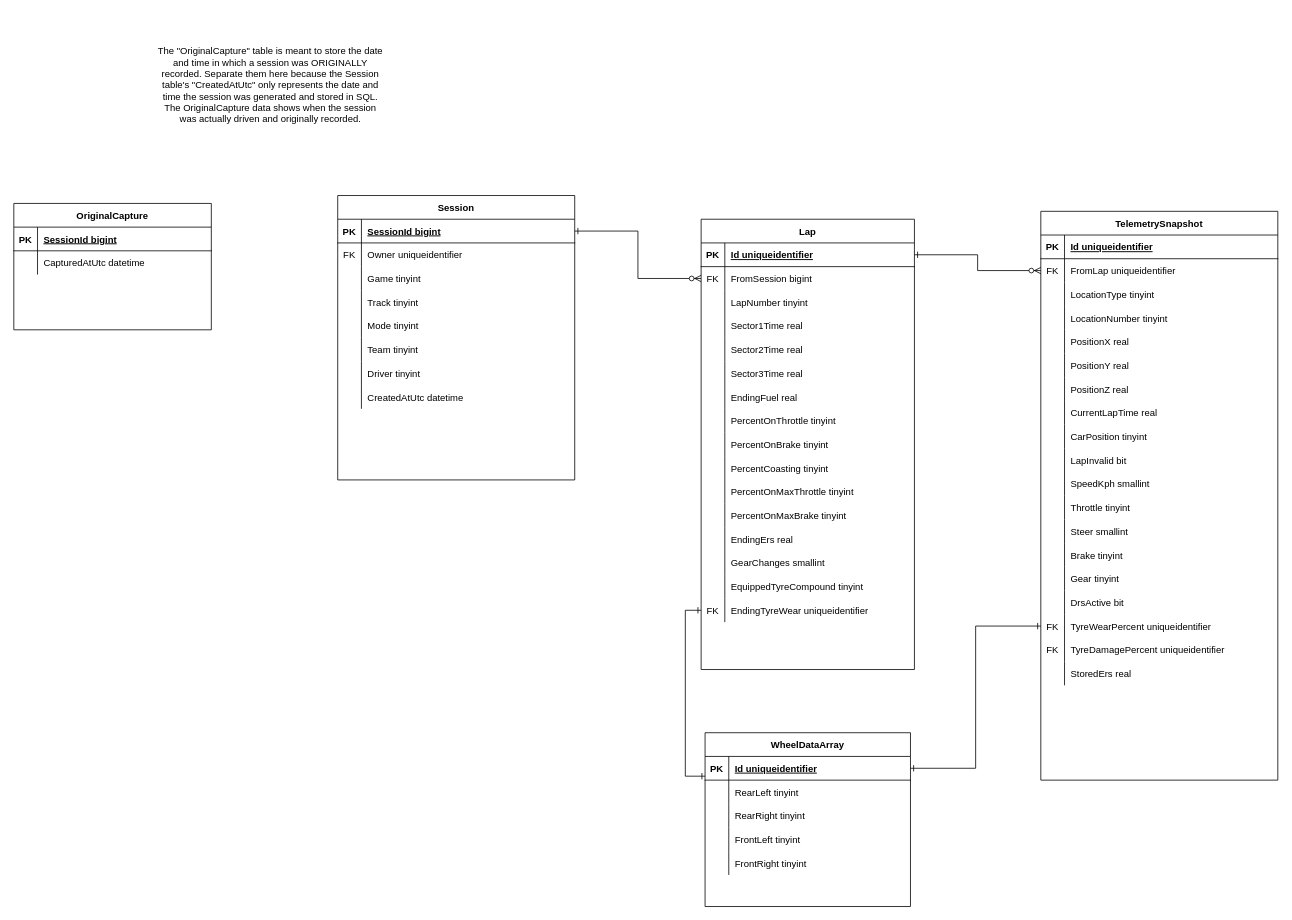
This is page "Sessions v2" (2 of 5) of ApexVisualErd.drawio from TimHanewich/ApexVisualLibrary, a draw.io file, before an edit. Source tidied: cells renumbered, new cells numbered last; positions are measured from the earlier drawing's top-left corner, leaving out a move shared by most shapes. Both pictures are drawn from the tidied source at 79%, with x=0, y=0 at pixel (13, 13).
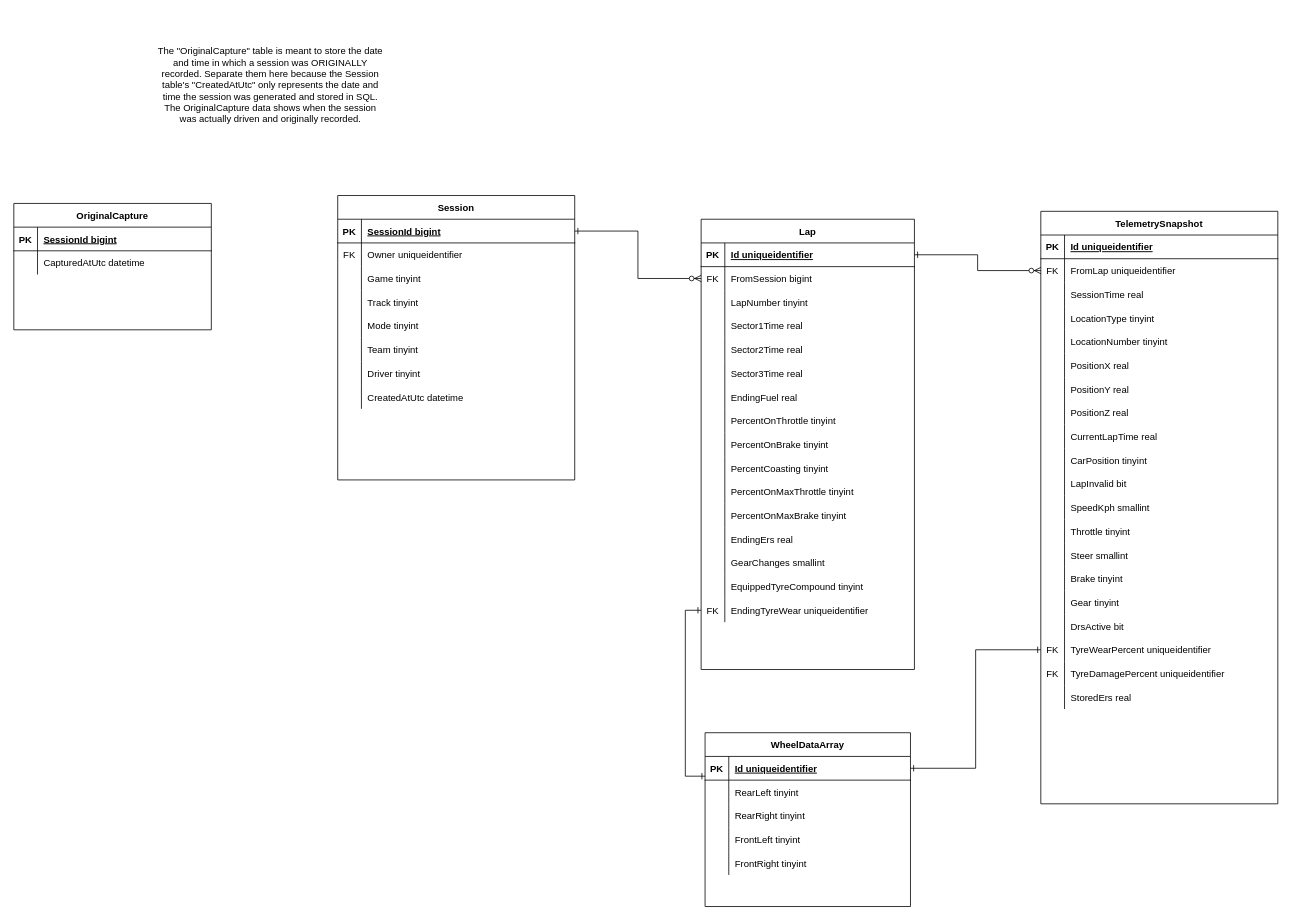
Above is the later version.

Commit message:
Added OriginalCapture to ERD

Diff of the diagram source:
```diff
@@
     <mxCell id="94" value="TelemetrySnapshot" style="shape=table;startSize=30;childLayout=tableLayout;rowLines=0;fontStyle=1;align=center;" parent="1" vertex="1">
-      <mxGeometry x="1300" y="250" width="300" height="720" as="geometry" />
+      <mxGeometry x="1300" y="250" width="300" height="750" as="geometry" />
     </mxCell>
@@
+    <mxCell id="162" style="shape=partialRectangle;fillColor=none;top=0;left=0;bottom=0;right=0;" parent="94" vertex="1">
+      <mxGeometry y="90" width="300" height="30" as="geometry" />
+    </mxCell>
+    <mxCell id="163" style="shape=partialRectangle;fillColor=none;top=0;left=0;bottom=0;right=0;overflow=hidden;" parent="162" vertex="1">
+      <mxGeometry width="30" height="30" as="geometry" />
+    </mxCell>
+    <mxCell id="164" value="SessionTime real" style="shape=partialRectangle;fillColor=none;top=0;left=0;bottom=0;right=0;align=left;spacingLeft=6;overflow=hidden;" parent="162" vertex="1">
+      <mxGeometry x="30" width="270" height="30" as="geometry" />
+    </mxCell>
     <mxCell id="101" style="shape=partialRectangle;fillColor=none;top=0;left=0;bottom=0;right=0;" parent="94" vertex="1">
-      <mxGeometry y="90" width="300" height="30" as="geometry" />
+      <mxGeometry y="120" width="300" height="30" as="geometry" />
     </mxCell>
@@
     <mxCell id="104" style="shape=partialRectangle;fillColor=none;top=0;left=0;bottom=0;right=0;" parent="94" vertex="1">
-      <mxGeometry y="120" width="300" height="30" as="geometry" />
+      <mxGeometry y="150" width="300" height="30" as="geometry" />
     </mxCell>
@@
     <mxCell id="107" style="shape=partialRectangle;fillColor=none;top=0;left=0;bottom=0;right=0;" parent="94" vertex="1">
-      <mxGeometry y="150" width="300" height="30" as="geometry" />
+      <mxGeometry y="180" width="300" height="30" as="geometry" />
     </mxCell>
@@
     <mxCell id="110" style="shape=partialRectangle;fillColor=none;top=0;left=0;bottom=0;right=0;" parent="94" vertex="1">
-      <mxGeometry y="180" width="300" height="30" as="geometry" />
+      <mxGeometry y="210" width="300" height="30" as="geometry" />
     </mxCell>
@@
     <mxCell id="113" style="shape=partialRectangle;fillColor=none;top=0;left=0;bottom=0;right=0;" parent="94" vertex="1">
-      <mxGeometry y="210" width="300" height="30" as="geometry" />
+      <mxGeometry y="240" width="300" height="30" as="geometry" />
     </mxCell>
@@
     <mxCell id="116" style="shape=partialRectangle;fillColor=none;top=0;left=0;bottom=0;right=0;" parent="94" vertex="1">
-      <mxGeometry y="240" width="300" height="30" as="geometry" />
+      <mxGeometry y="270" width="300" height="30" as="geometry" />
     </mxCell>
@@
     <mxCell id="119" style="shape=partialRectangle;fillColor=none;top=0;left=0;bottom=0;right=0;" parent="94" vertex="1">
-      <mxGeometry y="270" width="300" height="30" as="geometry" />
+      <mxGeometry y="300" width="300" height="30" as="geometry" />
     </mxCell>
@@
     <mxCell id="122" style="shape=partialRectangle;fillColor=none;top=0;left=0;bottom=0;right=0;" parent="94" vertex="1">
-      <mxGeometry y="300" width="300" height="30" as="geometry" />
+      <mxGeometry y="330" width="300" height="30" as="geometry" />
     </mxCell>
@@
     <mxCell id="125" style="shape=partialRectangle;fillColor=none;top=0;left=0;bottom=0;right=0;" parent="94" vertex="1">
-      <mxGeometry y="330" width="300" height="30" as="geometry" />
+      <mxGeometry y="360" width="300" height="30" as="geometry" />
     </mxCell>
@@
     <mxCell id="128" style="shape=partialRectangle;fillColor=none;top=0;left=0;bottom=0;right=0;" parent="94" vertex="1">
-      <mxGeometry y="360" width="300" height="30" as="geometry" />
+      <mxGeometry y="390" width="300" height="30" as="geometry" />
     </mxCell>
@@
     <mxCell id="131" style="shape=partialRectangle;fillColor=none;top=0;left=0;bottom=0;right=0;" parent="94" vertex="1">
-      <mxGeometry y="390" width="300" height="30" as="geometry" />
+      <mxGeometry y="420" width="300" height="30" as="geometry" />
     </mxCell>
@@
     <mxCell id="134" style="shape=partialRectangle;fillColor=none;top=0;left=0;bottom=0;right=0;" parent="94" vertex="1">
-      <mxGeometry y="420" width="300" height="30" as="geometry" />
+      <mxGeometry y="450" width="300" height="30" as="geometry" />
     </mxCell>
@@
     <mxCell id="137" style="shape=partialRectangle;fillColor=none;top=0;left=0;bottom=0;right=0;" parent="94" vertex="1">
-      <mxGeometry y="450" width="300" height="30" as="geometry" />
+      <mxGeometry y="480" width="300" height="30" as="geometry" />
     </mxCell>
@@
     <mxCell id="140" style="shape=partialRectangle;fillColor=none;top=0;left=0;bottom=0;right=0;" parent="94" vertex="1">
-      <mxGeometry y="480" width="300" height="30" as="geometry" />
+      <mxGeometry y="510" width="300" height="30" as="geometry" />
     </mxCell>
@@
     <mxCell id="143" style="shape=partialRectangle;fillColor=none;top=0;left=0;bottom=0;right=0;points=[[0,0.5],[1,0.5]];portConstraint=eastwest;" parent="94" vertex="1">
-      <mxGeometry y="510" width="300" height="30" as="geometry" />
+      <mxGeometry y="540" width="300" height="30" as="geometry" />
     </mxCell>
@@
     <mxCell id="146" style="shape=partialRectangle;fillColor=none;top=0;left=0;bottom=0;right=0;" parent="94" vertex="1">
-      <mxGeometry y="540" width="300" height="30" as="geometry" />
+      <mxGeometry y="570" width="300" height="30" as="geometry" />
     </mxCell>
@@
     <mxCell id="149" style="shape=partialRectangle;fillColor=none;top=0;left=0;bottom=0;right=0;" parent="94" vertex="1">
-      <mxGeometry y="570" width="300" height="30" as="geometry" />
+      <mxGeometry y="600" width="300" height="30" as="geometry" />
     </mxCell>
```
